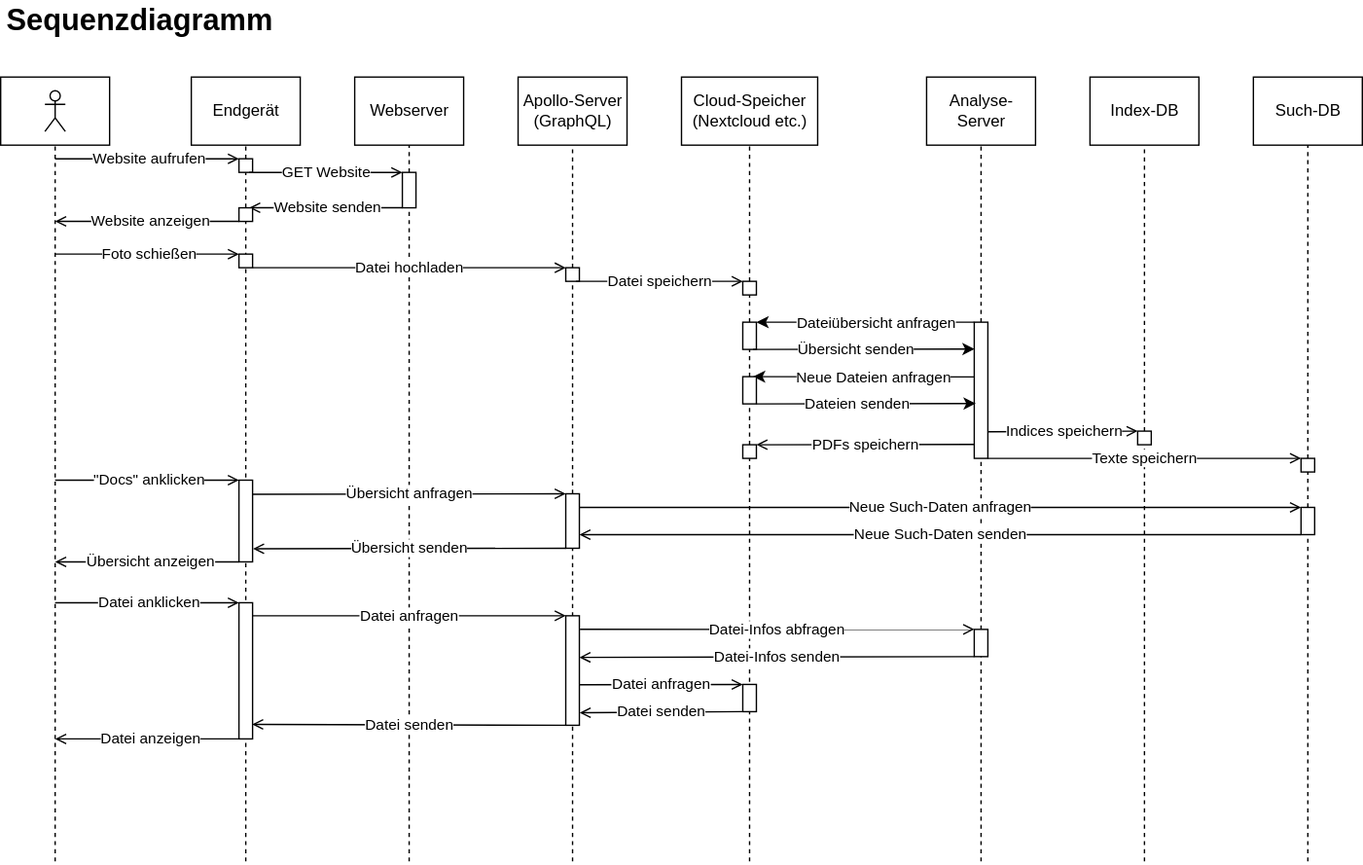
Earlier version of the draw.io export docs/Overview/resources/Diagramme/doc-ver_Diagramme-Sequenzdiagramm.svg (doc-ver/Doku). Source tidied: cells renumbered, new cells last; positions are measured from the earlier drawing's top-left corner, leaving out a move shared by most shapes.
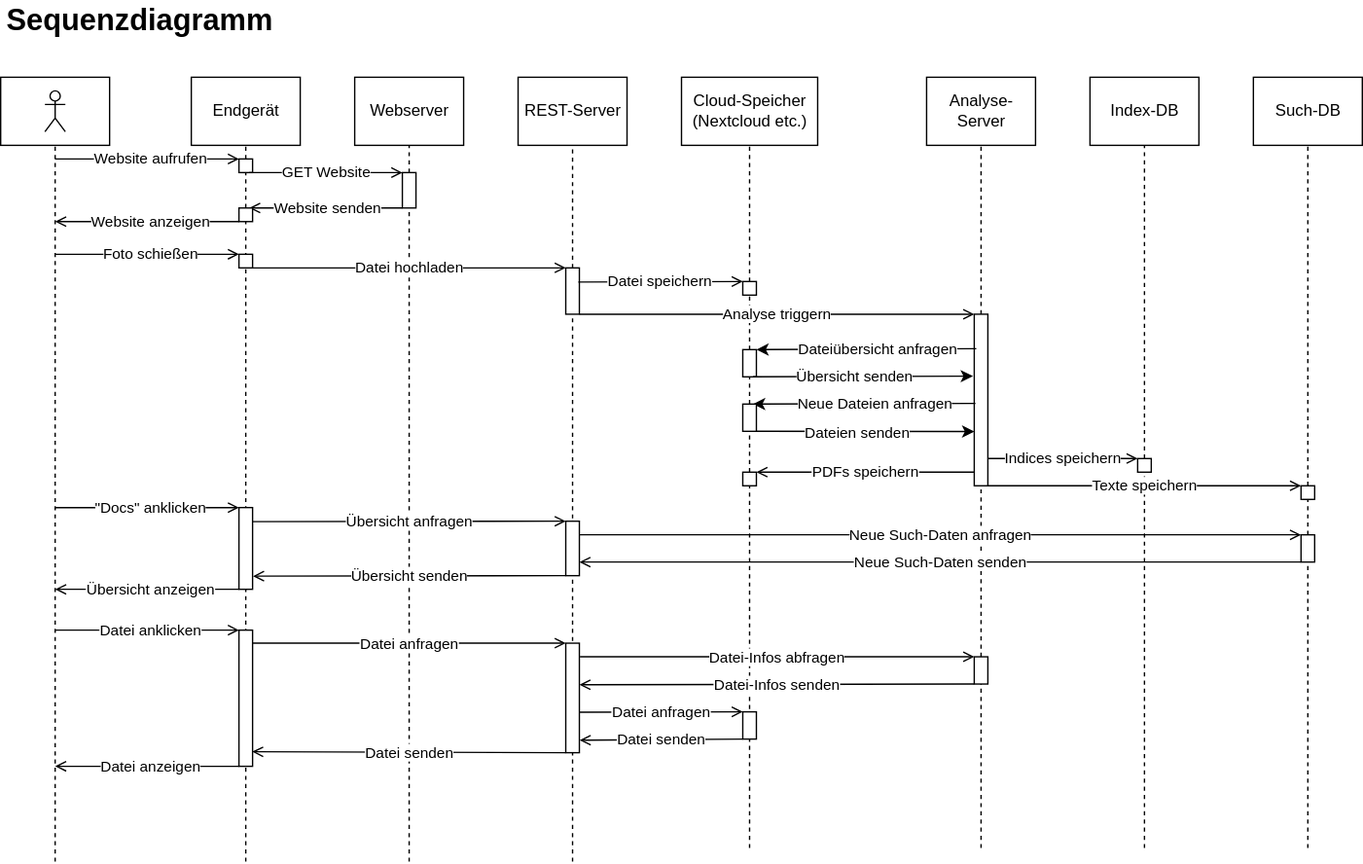
After the change.

Commit message:
Diagramme und Expose ueberarbeitet

What changed in the source:
```diff
@@ -66,14 +66,14 @@
     <mxCell id="19" value="Datei hochladen" style="endArrow=open;html=1;strokeWidth=1;endFill=0;entryX=0;entryY=0;entryDx=0;entryDy=0;exitX=1;exitY=1;exitDx=0;exitDy=0;" parent="1" edge="1" source="25" target="22">
       <mxGeometry relative="1" as="geometry" />
     </mxCell>
-    <mxCell id="20" value="Apollo-Server&lt;br&gt;(GraphQL)" style="html=1;" parent="1" vertex="1">
+    <mxCell id="20" value="REST-Server" style="html=1;" parent="1" vertex="1">
       <mxGeometry x="380" y="56" width="80" height="50" as="geometry" />
     </mxCell>
     <mxCell id="21" style="endArrow=none;dashed=1;html=1;entryX=0.5;entryY=1;entryDx=0;entryDy=0;rounded=1;strokeWidth=1;" parent="1" edge="1" source="22" target="20">
       <mxGeometry relative="1" as="geometry" />
     </mxCell>
     <mxCell id="22" style="rounded=0;whiteSpace=wrap;html=1;" parent="1" vertex="1">
-      <mxGeometry x="415" y="196" width="10" height="10" as="geometry" />
+      <mxGeometry x="415" y="196" width="10" height="34" as="geometry" />
     </mxCell>
     <mxCell id="23" style="endArrow=none;dashed=1;html=1;entryX=0.5;entryY=1;entryDx=0;entryDy=0;rounded=1;strokeWidth=1;" parent="1" edge="1" target="22">
       <mxGeometry relative="1" as="geometry">
@@ -100,7 +100,7 @@
     <mxCell id="29" style="endArrow=none;dashed=1;html=1;strokeWidth=1;entryX=0.5;entryY=1;entryDx=0;entryDy=0;" parent="1" edge="1" source="35" target="28">
       <mxGeometry relative="1" as="geometry" />
     </mxCell>
-    <mxCell id="30" value="Datei speichern" style="endArrow=open;html=1;strokeWidth=1;endFill=0;exitX=0.75;exitY=1;exitDx=0;exitDy=0;entryX=0;entryY=0;entryDx=0;entryDy=0;" parent="1" edge="1" source="22" target="28">
+    <mxCell id="30" value="Datei speichern" style="endArrow=open;html=1;strokeWidth=1;endFill=0;entryX=0;entryY=0;entryDx=0;entryDy=0;exitX=0.923;exitY=0.305;exitDx=0;exitDy=0;exitPerimeter=0;" parent="1" edge="1" source="22" target="28">
       <mxGeometry relative="1" as="geometry" />
     </mxCell>
     <mxCell id="31" value="Analyse-&lt;br&gt;Server" style="html=1;" parent="1" vertex="1">
@@ -110,18 +110,18 @@
       <mxGeometry relative="1" as="geometry" />
     </mxCell>
     <mxCell id="33" style="rounded=0;whiteSpace=wrap;html=1;" parent="1" vertex="1">
-      <mxGeometry x="715" y="236" width="10" height="100" as="geometry" />
+      <mxGeometry x="715" y="230" width="10" height="126" as="geometry" />
     </mxCell>
     <mxCell id="34" style="endArrow=none;dashed=1;html=1;entryX=0.5;entryY=1;entryDx=0;entryDy=0;rounded=1;strokeWidth=1;" parent="1" edge="1" source="76" target="33">
       <mxGeometry relative="1" as="geometry" />
     </mxCell>
     <mxCell id="35" style="rounded=0;whiteSpace=wrap;html=1;" parent="1" vertex="1">
-      <mxGeometry x="545" y="236" width="10" height="20" as="geometry" />
+      <mxGeometry x="545" y="256" width="10" height="20" as="geometry" />
     </mxCell>
     <mxCell id="36" style="endArrow=none;dashed=1;html=1;strokeWidth=1;entryX=0.5;entryY=1;entryDx=0;entryDy=0;" parent="1" edge="1" source="45" target="35">
       <mxGeometry relative="1" as="geometry" />
     </mxCell>
-    <mxCell id="37" style="endArrow=classic;html=1;strokeWidth=1;exitX=0;exitY=0;exitDx=0;exitDy=0;entryX=1;entryY=0;entryDx=0;entryDy=0;" parent="1" edge="1" source="33" target="35">
+    <mxCell id="37" style="endArrow=classic;html=1;strokeWidth=1;exitX=0.148;exitY=0.201;exitDx=0;exitDy=0;entryX=1;entryY=0;entryDx=0;entryDy=0;exitPerimeter=0;" parent="1" edge="1" source="33" target="35">
       <mxGeometry relative="1" as="geometry" />
     </mxCell>
     <mxCell id="38" value="Dateiübersicht anfragen" style="edgeLabel;html=1;align=center;verticalAlign=middle;" parent="37" vertex="1">
@@ -129,7 +129,7 @@
         <mxPoint x="-3.3" y="-3" as="offset" />
       </mxGeometry>
     </mxCell>
-    <mxCell id="39" style="endArrow=classic;html=1;strokeWidth=1;exitX=0.75;exitY=1;exitDx=0;exitDy=0;entryX=0.028;entryY=0.197;entryDx=0;entryDy=0;entryPerimeter=0;" parent="1" edge="1" source="35" target="33">
+    <mxCell id="39" style="endArrow=classic;html=1;strokeWidth=1;exitX=0.75;exitY=1;exitDx=0;exitDy=0;entryX=-0.094;entryY=0.361;entryDx=0;entryDy=0;entryPerimeter=0;" parent="1" edge="1" source="35" target="33">
       <mxGeometry relative="1" as="geometry" />
     </mxCell>
     <mxCell id="40" value="Übersicht senden" style="edgeLabel;html=1;align=center;verticalAlign=middle;" parent="39" vertex="1">
@@ -137,7 +137,7 @@
         <mxPoint x="4.4" y="3" as="offset" />
       </mxGeometry>
     </mxCell>
-    <mxCell id="41" style="endArrow=classic;html=1;strokeWidth=1;exitX=1;exitY=1;exitDx=0;exitDy=0;entryX=0.111;entryY=0.597;entryDx=0;entryDy=0;entryPerimeter=0;" parent="1" edge="1" source="45" target="33">
+    <mxCell id="41" style="endArrow=classic;html=1;strokeWidth=1;exitX=1;exitY=1;exitDx=0;exitDy=0;entryX=0.003;entryY=0.684;entryDx=0;entryDy=0;entryPerimeter=0;" parent="1" edge="1" source="45" target="33">
       <mxGeometry relative="1" as="geometry" />
     </mxCell>
     <mxCell id="42" value="Dateien senden" style="edgeLabel;html=1;align=center;verticalAlign=middle;" parent="41" vertex="1">
@@ -145,7 +145,7 @@
         <mxPoint x="4.4" y="3" as="offset" />
       </mxGeometry>
     </mxCell>
-    <mxCell id="43" style="endArrow=classic;html=1;strokeWidth=1;entryX=0.75;entryY=0;entryDx=0;entryDy=0;exitX=-0.028;exitY=0.402;exitDx=0;exitDy=0;exitPerimeter=0;" parent="1" edge="1" source="33" target="45">
+    <mxCell id="43" style="endArrow=classic;html=1;strokeWidth=1;entryX=0.75;entryY=0;entryDx=0;entryDy=0;exitX=0.084;exitY=0.52;exitDx=0;exitDy=0;exitPerimeter=0;" parent="1" edge="1" source="33" target="45">
       <mxGeometry relative="1" as="geometry" />
     </mxCell>
     <mxCell id="44" value="Neue Dateien anfragen" style="edgeLabel;html=1;align=center;verticalAlign=middle;" parent="43" vertex="1">
@@ -154,7 +154,7 @@
       </mxGeometry>
     </mxCell>
     <mxCell id="45" style="rounded=0;whiteSpace=wrap;html=1;" parent="1" vertex="1">
-      <mxGeometry x="545" y="276" width="10" height="20" as="geometry" />
+      <mxGeometry x="545" y="296" width="10" height="20" as="geometry" />
     </mxCell>
     <mxCell id="46" style="endArrow=none;dashed=1;html=1;strokeWidth=1;entryX=0.5;entryY=1;entryDx=0;entryDy=0;" parent="1" edge="1" source="57" target="45">
       <mxGeometry relative="1" as="geometry" />
@@ -166,15 +166,17 @@
       <mxGeometry relative="1" as="geometry" />
     </mxCell>
     <mxCell id="49" style="rounded=0;whiteSpace=wrap;html=1;" parent="1" vertex="1">
-      <mxGeometry x="835" y="316" width="10" height="10" as="geometry" />
+      <mxGeometry x="835" y="336" width="10" height="10" as="geometry" />
     </mxCell>
     <mxCell id="50" style="endArrow=none;dashed=1;html=1;entryX=0.5;entryY=1;entryDx=0;entryDy=0;rounded=1;strokeWidth=1;" parent="1" edge="1" target="49">
       <mxGeometry relative="1" as="geometry">
-        <mxPoint x="840" y="632" as="sourcePoint" />
+        <mxPoint x="840" y="622" as="sourcePoint" />
       </mxGeometry>
     </mxCell>
-    <mxCell id="51" value="Indices speichern" style="endArrow=open;html=1;strokeWidth=1;endFill=0;exitX=1.021;exitY=0.805;exitDx=0;exitDy=0;entryX=0;entryY=0;entryDx=0;entryDy=0;exitPerimeter=0;" parent="1" edge="1" source="33" target="49">
-      <mxGeometry relative="1" as="geometry" />
+    <mxCell id="51" value="Indices speichern" style="endArrow=open;html=1;strokeWidth=1;endFill=0;entryX=0;entryY=0;entryDx=0;entryDy=0;" parent="1" edge="1" target="49">
+      <mxGeometry relative="1" as="geometry">
+        <mxPoint x="725" y="336" as="sourcePoint" />
+      </mxGeometry>
     </mxCell>
     <mxCell id="52" value="Such-DB" style="html=1;" parent="1" vertex="1">
       <mxGeometry x="920" y="56" width="80" height="50" as="geometry" />
@@ -183,7 +185,7 @@
       <mxGeometry relative="1" as="geometry" />
     </mxCell>
     <mxCell id="54" style="rounded=0;whiteSpace=wrap;html=1;" parent="1" vertex="1">
-      <mxGeometry x="955" y="336" width="10" height="10" as="geometry" />
+      <mxGeometry x="955" y="356" width="10" height="10" as="geometry" />
     </mxCell>
     <mxCell id="55" style="endArrow=none;dashed=1;html=1;entryX=0.5;entryY=1;entryDx=0;entryDy=0;rounded=1;strokeWidth=1;" parent="1" edge="1" source="65" target="54">
       <mxGeometry relative="1" as="geometry" />
@@ -192,39 +194,41 @@
       <mxGeometry relative="1" as="geometry" />
     </mxCell>
     <mxCell id="57" style="rounded=0;whiteSpace=wrap;html=1;" parent="1" vertex="1">
-      <mxGeometry x="545" y="326" width="10" height="10" as="geometry" />
+      <mxGeometry x="545" y="346" width="10" height="10" as="geometry" />
     </mxCell>
     <mxCell id="58" style="endArrow=none;dashed=1;html=1;strokeWidth=1;entryX=0.5;entryY=1;entryDx=0;entryDy=0;" parent="1" edge="1" target="57">
       <mxGeometry relative="1" as="geometry">
-        <mxPoint x="550" y="632" as="sourcePoint" />
+        <mxPoint x="550" y="622" as="sourcePoint" />
       </mxGeometry>
     </mxCell>
-    <mxCell id="59" value="PDFs speichern" style="endArrow=open;html=1;strokeWidth=1;endFill=0;entryX=1;entryY=0;entryDx=0;entryDy=0;exitX=-0.019;exitY=0.898;exitDx=0;exitDy=0;exitPerimeter=0;" parent="1" edge="1" source="33" target="57">
-      <mxGeometry relative="1" as="geometry" />
+    <mxCell id="59" value="PDFs speichern" style="endArrow=open;html=1;strokeWidth=1;endFill=0;entryX=1;entryY=0;entryDx=0;entryDy=0;" parent="1" edge="1" target="57">
+      <mxGeometry relative="1" as="geometry">
+        <mxPoint x="715" y="346" as="sourcePoint" />
+      </mxGeometry>
     </mxCell>
     <mxCell id="60" style="rounded=0;whiteSpace=wrap;html=1;" parent="1" vertex="1">
-      <mxGeometry x="175" y="352" width="10" height="60" as="geometry" />
+      <mxGeometry x="175" y="372" width="10" height="60" as="geometry" />
     </mxCell>
     <mxCell id="61" value="&quot;Docs&quot; anklicken" style="endArrow=open;html=1;strokeWidth=1;endFill=0;entryX=0;entryY=0;entryDx=0;entryDy=0;" parent="1" edge="1" target="60">
       <mxGeometry x="0.04" relative="1" as="geometry">
-        <mxPoint x="40" y="352" as="sourcePoint" />
+        <mxPoint x="40" y="372" as="sourcePoint" />
       </mxGeometry>
     </mxCell>
     <mxCell id="62" value="Übersicht anfragen" style="endArrow=open;html=1;strokeWidth=1;endFill=0;entryX=0;entryY=0;entryDx=0;entryDy=0;exitX=1;exitY=0.172;exitDx=0;exitDy=0;exitPerimeter=0;" parent="1" edge="1" source="60" target="63">
       <mxGeometry relative="1" as="geometry" />
     </mxCell>
     <mxCell id="63" style="rounded=0;whiteSpace=wrap;html=1;" parent="1" vertex="1">
-      <mxGeometry x="415" y="362" width="10" height="40" as="geometry" />
+      <mxGeometry x="415" y="382" width="10" height="40" as="geometry" />
     </mxCell>
     <mxCell id="64" value="Neue Such-Daten anfragen" style="endArrow=open;html=1;strokeWidth=1;endFill=0;entryX=0;entryY=0;entryDx=0;entryDy=0;exitX=1;exitY=0.25;exitDx=0;exitDy=0;" parent="1" edge="1" source="63" target="65">
       <mxGeometry relative="1" as="geometry" />
     </mxCell>
     <mxCell id="65" style="rounded=0;whiteSpace=wrap;html=1;" parent="1" vertex="1">
-      <mxGeometry x="955" y="372" width="10" height="20" as="geometry" />
+      <mxGeometry x="955" y="392" width="10" height="20" as="geometry" />
     </mxCell>
     <mxCell id="66" style="endArrow=none;dashed=1;html=1;entryX=0.5;entryY=1;entryDx=0;entryDy=0;rounded=1;strokeWidth=1;" parent="1" edge="1" target="65">
       <mxGeometry relative="1" as="geometry">
-        <mxPoint x="960" y="632" as="sourcePoint" />
+        <mxPoint x="960" y="622" as="sourcePoint" />
       </mxGeometry>
     </mxCell>
     <mxCell id="67" value="Neue Such-Daten senden" style="endArrow=open;html=1;strokeWidth=1;endFill=0;entryX=1;entryY=0.75;entryDx=0;entryDy=0;exitX=0;exitY=1;exitDx=0;exitDy=0;" parent="1" edge="1" source="65" target="63">
@@ -235,27 +239,27 @@
     </mxCell>
     <mxCell id="69" value="Übersicht anzeigen" style="endArrow=open;html=1;strokeWidth=1;endFill=0;exitX=0;exitY=1;exitDx=0;exitDy=0;" parent="1" edge="1" source="60">
       <mxGeometry x="-0.04" relative="1" as="geometry">
-        <mxPoint x="40" y="412" as="targetPoint" />
+        <mxPoint x="40" y="432" as="targetPoint" />
         <Array as="points">
-          <mxPoint x="110" y="412" />
+          <mxPoint x="110" y="432" />
         </Array>
       </mxGeometry>
     </mxCell>
     <mxCell id="70" style="rounded=0;whiteSpace=wrap;html=1;" parent="1" vertex="1">
-      <mxGeometry x="175" y="442" width="10" height="100" as="geometry" />
+      <mxGeometry x="175" y="462" width="10" height="100" as="geometry" />
     </mxCell>
     <mxCell id="71" value="Datei anklicken" style="endArrow=open;html=1;strokeWidth=1;endFill=0;entryX=0;entryY=0;entryDx=0;entryDy=0;" parent="1" edge="1" target="70">
       <mxGeometry x="0.04" relative="1" as="geometry">
-        <mxPoint x="40" y="442" as="sourcePoint" />
+        <mxPoint x="40" y="462" as="sourcePoint" />
       </mxGeometry>
     </mxCell>
     <mxCell id="72" value="Datei anfragen" style="endArrow=open;html=1;strokeWidth=1;endFill=0;entryX=0;entryY=0;entryDx=0;entryDy=0;exitX=1;exitY=0;exitDx=0;exitDy=0;" parent="1" edge="1" target="73">
       <mxGeometry relative="1" as="geometry">
-        <mxPoint x="185" y="451.6" as="sourcePoint" />
+        <mxPoint x="185" y="471.6" as="sourcePoint" />
       </mxGeometry>
     </mxCell>
     <mxCell id="73" style="rounded=0;whiteSpace=wrap;html=1;" parent="1" vertex="1">
-      <mxGeometry x="415" y="451.6" width="10" height="80.4" as="geometry" />
+      <mxGeometry x="415" y="471.6" width="10" height="80.4" as="geometry" />
     </mxCell>
     <mxCell id="74" value="Datei senden" style="endArrow=open;html=1;strokeWidth=1;endFill=0;exitX=0;exitY=1;exitDx=0;exitDy=0;entryX=0.967;entryY=0.893;entryDx=0;entryDy=0;entryPerimeter=0;" parent="1" edge="1" source="73" target="70">
       <mxGeometry relative="1" as="geometry" />
@@ -264,11 +268,11 @@
       <mxGeometry relative="1" as="geometry" />
     </mxCell>
     <mxCell id="76" style="rounded=0;whiteSpace=wrap;html=1;" parent="1" vertex="1">
-      <mxGeometry x="715" y="461.6" width="10" height="20" as="geometry" />
+      <mxGeometry x="715" y="481.6" width="10" height="20" as="geometry" />
     </mxCell>
     <mxCell id="77" style="endArrow=none;dashed=1;html=1;entryX=0.5;entryY=1;entryDx=0;entryDy=0;rounded=1;strokeWidth=1;" parent="1" edge="1" target="76">
       <mxGeometry relative="1" as="geometry">
-        <mxPoint x="720" y="632" as="sourcePoint" />
+        <mxPoint x="720" y="622" as="sourcePoint" />
       </mxGeometry>
     </mxCell>
     <mxCell id="78" value="Datei-Infos senden" style="endArrow=open;html=1;strokeWidth=1;endFill=0;exitX=0;exitY=1;exitDx=0;exitDy=0;entryX=1.002;entryY=0.38;entryDx=0;entryDy=0;entryPerimeter=0;" parent="1" edge="1" source="76" target="73">
@@ -278,21 +282,24 @@
       <mxGeometry relative="1" as="geometry" />
     </mxCell>
     <mxCell id="80" style="rounded=0;whiteSpace=wrap;html=1;" parent="1" vertex="1">
-      <mxGeometry x="545" y="502" width="10" height="20" as="geometry" />
+      <mxGeometry x="545" y="522" width="10" height="20" as="geometry" />
     </mxCell>
     <mxCell id="81" value="Datei senden" style="endArrow=open;html=1;strokeWidth=1;endFill=0;exitX=0;exitY=1;exitDx=0;exitDy=0;entryX=1.02;entryY=0.886;entryDx=0;entryDy=0;entryPerimeter=0;" parent="1" edge="1" source="80" target="73">
       <mxGeometry relative="1" as="geometry" />
     </mxCell>
     <mxCell id="82" value="Datei anzeigen" style="endArrow=open;html=1;strokeWidth=1;endFill=0;exitX=0;exitY=1;exitDx=0;exitDy=0;" parent="1" edge="1" source="70">
       <mxGeometry x="-0.04" relative="1" as="geometry">
-        <mxPoint x="40" y="542" as="targetPoint" />
+        <mxPoint x="40" y="562" as="targetPoint" />
         <Array as="points">
-          <mxPoint x="110" y="542" />
+          <mxPoint x="110" y="562" />
         </Array>
       </mxGeometry>
     </mxCell>
     <mxCell id="83" value="Sequenzdiagramm" style="text;html=1;strokeColor=none;fillColor=none;align=center;verticalAlign=middle;whiteSpace=wrap;rounded=0;fontSize=22;fontStyle=1;" parent="1" vertex="1">
       <mxGeometry width="205" height="30" as="geometry" />
     </mxCell>
+    <mxCell id="84" value="Analyse triggern" style="endArrow=open;html=1;strokeWidth=1;endFill=0;exitX=1;exitY=1;exitDx=0;exitDy=0;entryX=0;entryY=0;entryDx=0;entryDy=0;" parent="1" edge="1" source="22" target="33">
+      <mxGeometry relative="1" as="geometry" />
+    </mxCell>
   </root>
 </mxGraphModel>
```
